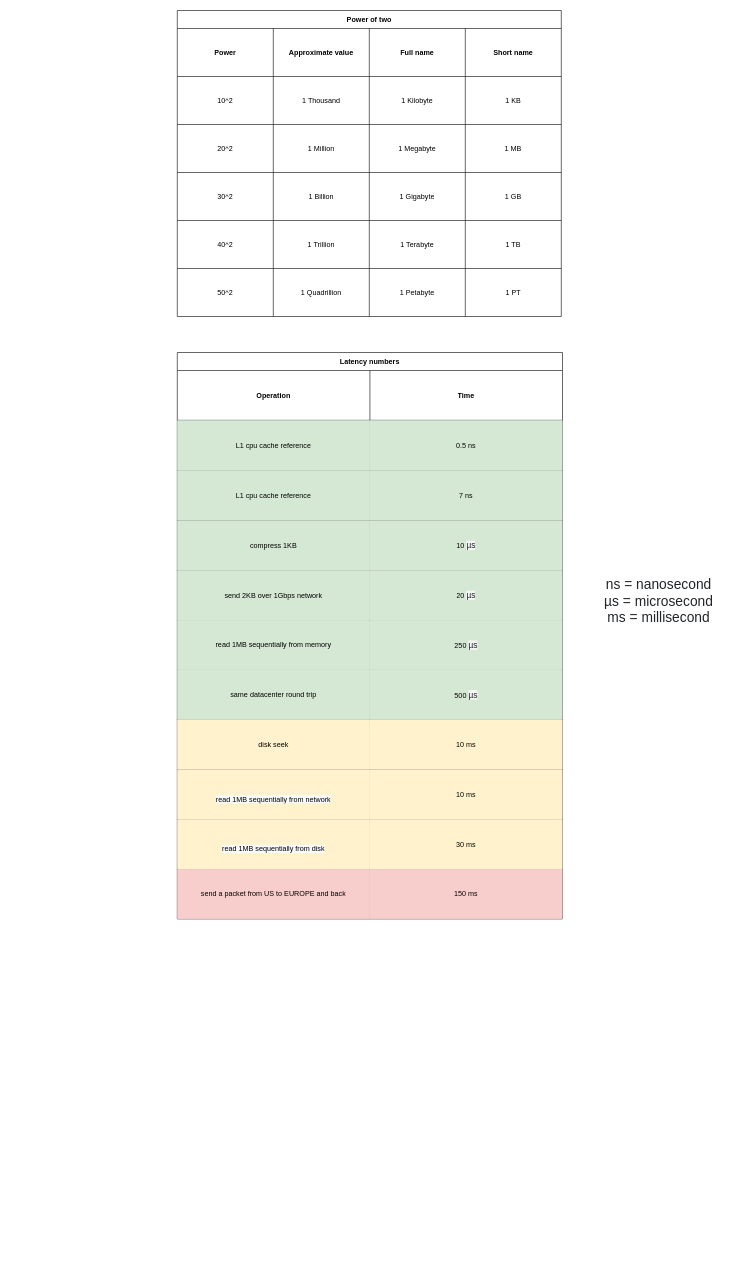
Before: back_of_the_envelope_estimations.drawio in norbinsh/drawings, a draw.io diagram. Source tidied: cells renumbered, new cells numbered last; positions are measured from the earlier drawing's top-left corner, leaving out a move shared by most shapes. Both pictures are drawn from the tidied source at 60%, with x=0, y=0 at pixel (177, 10).
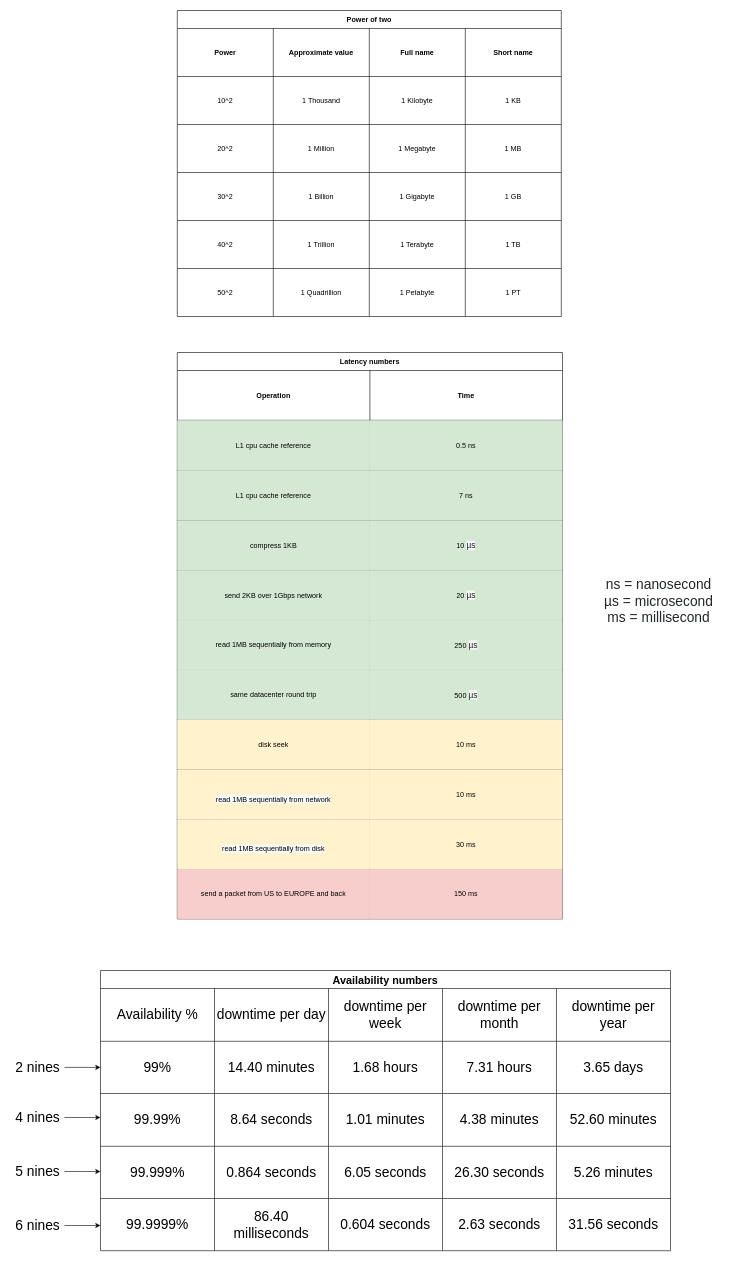
The same diagram, later.

The edit, as a diff of the source:
```diff
@@
+    <mxCell id="68" value="Availability numbers" style="shape=table;startSize=30;childLayout=tableLayout;fontStyle=1;align=center;fontSize=18;" parent="1" vertex="1">
+      <mxGeometry x="-128" y="1600" width="950" height="467" as="geometry" />
+    </mxCell>
+    <mxCell id="69" style="shape=tableRow;horizontal=0;startSize=0;swimlaneHead=0;swimlaneBody=0;top=0;left=0;bottom=0;right=0;fillColor=none;fontSize=23;" parent="68" vertex="1">
+      <mxGeometry y="30" width="950" height="88" as="geometry" />
+    </mxCell>
+    <mxCell id="70" value="&lt;font style=&quot;font-size: 23px&quot;&gt;Availability %&lt;/font&gt;" style="shape=partialRectangle;html=1;whiteSpace=wrap;fillColor=none;top=0;left=0;bottom=0;right=0;overflow=hidden;fontSize=18;" parent="69" vertex="1">
+      <mxGeometry width="190" height="88" as="geometry" />
+    </mxCell>
+    <mxCell id="71" value="downtime per day" style="shape=partialRectangle;html=1;whiteSpace=wrap;fillColor=none;top=0;left=0;bottom=0;right=0;overflow=hidden;fontSize=23;" parent="69" vertex="1">
+      <mxGeometry x="190" width="190" height="88" as="geometry" />
+    </mxCell>
+    <mxCell id="72" value="downtime per week" style="shape=partialRectangle;html=1;whiteSpace=wrap;fillColor=none;top=0;left=0;bottom=0;right=0;overflow=hidden;fontSize=23;" parent="69" vertex="1">
+      <mxGeometry x="380" width="190" height="88" as="geometry" />
+    </mxCell>
+    <mxCell id="73" value="downtime per month" style="shape=partialRectangle;html=1;whiteSpace=wrap;fillColor=none;top=0;left=0;bottom=0;right=0;overflow=hidden;fontSize=23;" parent="69" vertex="1">
+      <mxGeometry x="570" width="190" height="88" as="geometry" />
+    </mxCell>
+    <mxCell id="74" value="downtime per year" style="shape=partialRectangle;html=1;whiteSpace=wrap;fillColor=none;top=0;left=0;bottom=0;right=0;overflow=hidden;fontSize=23;" parent="69" vertex="1">
+      <mxGeometry x="760" width="190" height="88" as="geometry" />
+    </mxCell>
+    <mxCell id="75" style="shape=tableRow;horizontal=0;startSize=0;swimlaneHead=0;swimlaneBody=0;top=0;left=0;bottom=0;right=0;fillColor=none;points=[[0,0.5],[1,0.5]];portConstraint=eastwest;fontSize=23;" parent="68" vertex="1">
+      <mxGeometry y="118" width="950" height="87" as="geometry" />
+    </mxCell>
+    <mxCell id="76" value="99%" style="shape=partialRectangle;html=1;whiteSpace=wrap;fillColor=none;top=0;left=0;bottom=0;right=0;overflow=hidden;fontSize=23;" parent="75" vertex="1">
+      <mxGeometry width="190" height="87" as="geometry" />
+    </mxCell>
+    <mxCell id="77" value="14.40 minutes" style="shape=partialRectangle;html=1;whiteSpace=wrap;fillColor=none;top=0;left=0;bottom=0;right=0;overflow=hidden;fontSize=23;" parent="75" vertex="1">
+      <mxGeometry x="190" width="190" height="87" as="geometry" />
+    </mxCell>
+    <mxCell id="78" value="1.68 hours" style="shape=partialRectangle;html=1;whiteSpace=wrap;fillColor=none;top=0;left=0;bottom=0;right=0;overflow=hidden;fontSize=23;" parent="75" vertex="1">
+      <mxGeometry x="380" width="190" height="87" as="geometry" />
+    </mxCell>
+    <mxCell id="79" value="7.31 hours" style="shape=partialRectangle;html=1;whiteSpace=wrap;fillColor=none;top=0;left=0;bottom=0;right=0;overflow=hidden;fontSize=23;" parent="75" vertex="1">
+      <mxGeometry x="570" width="190" height="87" as="geometry" />
+    </mxCell>
+    <mxCell id="80" value="3.65 days" style="shape=partialRectangle;html=1;whiteSpace=wrap;fillColor=none;top=0;left=0;bottom=0;right=0;overflow=hidden;fontSize=23;" parent="75" vertex="1">
+      <mxGeometry x="760" width="190" height="87" as="geometry" />
+    </mxCell>
+    <mxCell id="81" style="shape=tableRow;horizontal=0;startSize=0;swimlaneHead=0;swimlaneBody=0;top=0;left=0;bottom=0;right=0;fillColor=none;fontSize=23;" parent="68" vertex="1">
+      <mxGeometry y="205" width="950" height="88" as="geometry" />
+    </mxCell>
+    <mxCell id="82" value="99.99%" style="shape=partialRectangle;html=1;whiteSpace=wrap;fillColor=none;top=0;left=0;bottom=0;right=0;overflow=hidden;fontSize=23;" parent="81" vertex="1">
+      <mxGeometry width="190" height="88" as="geometry" />
+    </mxCell>
+    <mxCell id="83" value="8.64 seconds" style="shape=partialRectangle;html=1;whiteSpace=wrap;fillColor=none;top=0;left=0;bottom=0;right=0;overflow=hidden;fontSize=23;" parent="81" vertex="1">
+      <mxGeometry x="190" width="190" height="88" as="geometry" />
+    </mxCell>
+    <mxCell id="84" value="1.01 minutes" style="shape=partialRectangle;html=1;whiteSpace=wrap;fillColor=none;top=0;left=0;bottom=0;right=0;overflow=hidden;fontSize=23;" parent="81" vertex="1">
+      <mxGeometry x="380" width="190" height="88" as="geometry" />
+    </mxCell>
+    <mxCell id="85" value="4.38 minutes" style="shape=partialRectangle;html=1;whiteSpace=wrap;fillColor=none;top=0;left=0;bottom=0;right=0;overflow=hidden;fontSize=23;" parent="81" vertex="1">
+      <mxGeometry x="570" width="190" height="88" as="geometry" />
+    </mxCell>
+    <mxCell id="86" value="52.60 minutes" style="shape=partialRectangle;html=1;whiteSpace=wrap;fillColor=none;top=0;left=0;bottom=0;right=0;overflow=hidden;fontSize=23;" parent="81" vertex="1">
+      <mxGeometry x="760" width="190" height="88" as="geometry" />
+    </mxCell>
+    <mxCell id="87" style="shape=tableRow;horizontal=0;startSize=0;swimlaneHead=0;swimlaneBody=0;top=0;left=0;bottom=0;right=0;fillColor=none;fontSize=23;" parent="68" vertex="1">
+      <mxGeometry y="293" width="950" height="87" as="geometry" />
+    </mxCell>
+    <mxCell id="88" value="99.999%" style="shape=partialRectangle;html=1;whiteSpace=wrap;fillColor=none;top=0;left=0;bottom=0;right=0;overflow=hidden;fontSize=23;" parent="87" vertex="1">
+      <mxGeometry width="190" height="87" as="geometry" />
+    </mxCell>
+    <mxCell id="89" value="0.864 seconds" style="shape=partialRectangle;html=1;whiteSpace=wrap;fillColor=none;top=0;left=0;bottom=0;right=0;overflow=hidden;fontSize=23;" parent="87" vertex="1">
+      <mxGeometry x="190" width="190" height="87" as="geometry" />
+    </mxCell>
+    <mxCell id="90" value="6.05 seconds" style="shape=partialRectangle;html=1;whiteSpace=wrap;fillColor=none;top=0;left=0;bottom=0;right=0;overflow=hidden;fontSize=23;" parent="87" vertex="1">
+      <mxGeometry x="380" width="190" height="87" as="geometry" />
+    </mxCell>
+    <mxCell id="91" value="26.30 seconds" style="shape=partialRectangle;html=1;whiteSpace=wrap;fillColor=none;top=0;left=0;bottom=0;right=0;overflow=hidden;fontSize=23;" parent="87" vertex="1">
+      <mxGeometry x="570" width="190" height="87" as="geometry" />
+    </mxCell>
+    <mxCell id="92" value="5.26 minutes" style="shape=partialRectangle;html=1;whiteSpace=wrap;fillColor=none;top=0;left=0;bottom=0;right=0;overflow=hidden;fontSize=23;" parent="87" vertex="1">
+      <mxGeometry x="760" width="190" height="87" as="geometry" />
+    </mxCell>
+    <mxCell id="93" style="shape=tableRow;horizontal=0;startSize=0;swimlaneHead=0;swimlaneBody=0;top=0;left=0;bottom=0;right=0;fillColor=none;fontSize=23;" parent="68" vertex="1">
+      <mxGeometry y="380" width="950" height="87" as="geometry" />
+    </mxCell>
+    <mxCell id="94" value="99.9999%" style="shape=partialRectangle;html=1;whiteSpace=wrap;fillColor=none;top=0;left=0;bottom=0;right=0;overflow=hidden;fontSize=23;" parent="93" vertex="1">
+      <mxGeometry width="190" height="87" as="geometry" />
+    </mxCell>
+    <mxCell id="95" value="86.40 milliseconds" style="shape=partialRectangle;html=1;whiteSpace=wrap;fillColor=none;top=0;left=0;bottom=0;right=0;overflow=hidden;fontSize=23;" parent="93" vertex="1">
+      <mxGeometry x="190" width="190" height="87" as="geometry" />
+    </mxCell>
+    <mxCell id="96" value="0.604 seconds" style="shape=partialRectangle;html=1;whiteSpace=wrap;fillColor=none;top=0;left=0;bottom=0;right=0;overflow=hidden;fontSize=23;" parent="93" vertex="1">
+      <mxGeometry x="380" width="190" height="87" as="geometry" />
+    </mxCell>
+    <mxCell id="97" value="2.63 seconds" style="shape=partialRectangle;html=1;whiteSpace=wrap;fillColor=none;top=0;left=0;bottom=0;right=0;overflow=hidden;fontSize=23;" parent="93" vertex="1">
+      <mxGeometry x="570" width="190" height="87" as="geometry" />
+    </mxCell>
+    <mxCell id="98" value="31.56 seconds" style="shape=partialRectangle;html=1;whiteSpace=wrap;fillColor=none;top=0;left=0;bottom=0;right=0;overflow=hidden;fontSize=23;" parent="93" vertex="1">
+      <mxGeometry x="760" width="190" height="87" as="geometry" />
+    </mxCell>
+    <mxCell id="99" style="edgeStyle=orthogonalEdgeStyle;rounded=0;jettySize=auto;html=1;fontSize=23;" parent="1" edge="1" source="100" target="75">
+      <mxGeometry relative="1" as="geometry" />
+    </mxCell>
+    <mxCell id="100" value="2 nines" style="text;html=1;align=center;verticalAlign=middle;points=[];strokeColor=none;fillColor=none;fontSize=23;" parent="1" vertex="1">
+      <mxGeometry x="-278" y="1746.5" width="90" height="30" as="geometry" />
+    </mxCell>
+    <mxCell id="101" style="edgeStyle=orthogonalEdgeStyle;rounded=0;jettySize=auto;html=1;fontSize=23;" parent="1" edge="1" source="102">
+      <mxGeometry relative="1" as="geometry">
+        <mxPoint x="-128" y="1845" as="targetPoint" />
+      </mxGeometry>
+    </mxCell>
+    <mxCell id="102" value="4 nines" style="text;html=1;align=center;verticalAlign=middle;points=[];strokeColor=none;fillColor=none;fontSize=23;" parent="1" vertex="1">
+      <mxGeometry x="-278" y="1830" width="90" height="30" as="geometry" />
+    </mxCell>
+    <mxCell id="103" style="edgeStyle=orthogonalEdgeStyle;rounded=0;jettySize=auto;html=1;fontSize=23;" parent="1" edge="1" source="104">
+      <mxGeometry relative="1" as="geometry">
+        <mxPoint x="-128" y="1935" as="targetPoint" />
+      </mxGeometry>
+    </mxCell>
+    <mxCell id="104" value="5 nines" style="text;html=1;align=center;verticalAlign=middle;points=[];strokeColor=none;fillColor=none;fontSize=23;" parent="1" vertex="1">
+      <mxGeometry x="-278" y="1920" width="90" height="30" as="geometry" />
+    </mxCell>
+    <mxCell id="105" style="edgeStyle=orthogonalEdgeStyle;rounded=0;jettySize=auto;html=1;fontSize=23;" parent="1" edge="1" source="106">
+      <mxGeometry relative="1" as="geometry">
+        <mxPoint x="-128" y="2025" as="targetPoint" />
+      </mxGeometry>
+    </mxCell>
+    <mxCell id="106" value="6 nines" style="text;html=1;align=center;verticalAlign=middle;points=[];strokeColor=none;fillColor=none;fontSize=23;" parent="1" vertex="1">
+      <mxGeometry x="-278" y="2010" width="90" height="30" as="geometry" />
+    </mxCell>
```
